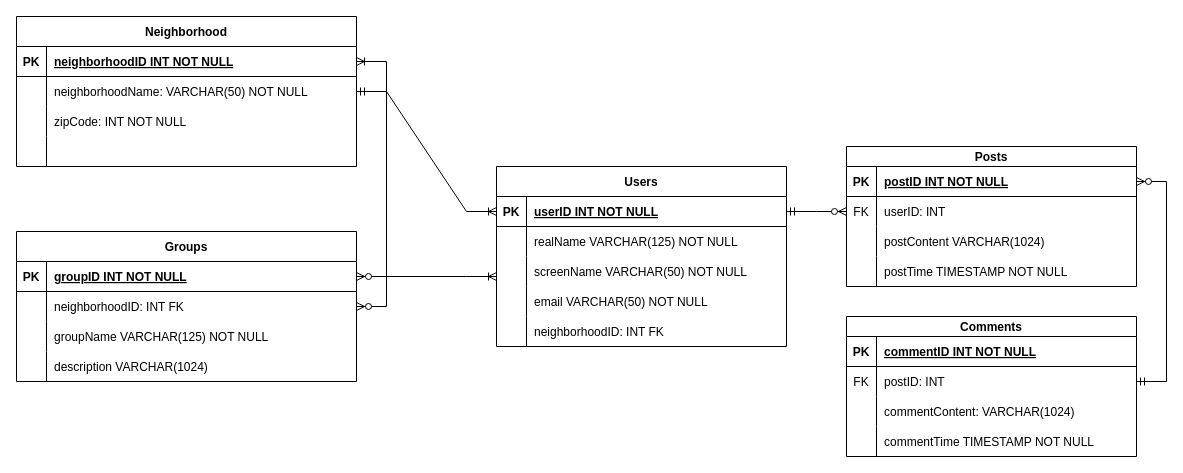
jdstrongpdx/Data-Dragons keeps this draw.io diagram as page "Mike Neighborhoods" (4 of 4) of UML.drawio. Above is the earlier version. Source tidied: cells renumbered, new cells numbered last; positions are measured from the earlier drawing's top-left corner, leaving out a move shared by most shapes. Both pictures are drawn from the tidied source at 100%, with x=0, y=0 at pixel (16, 16).
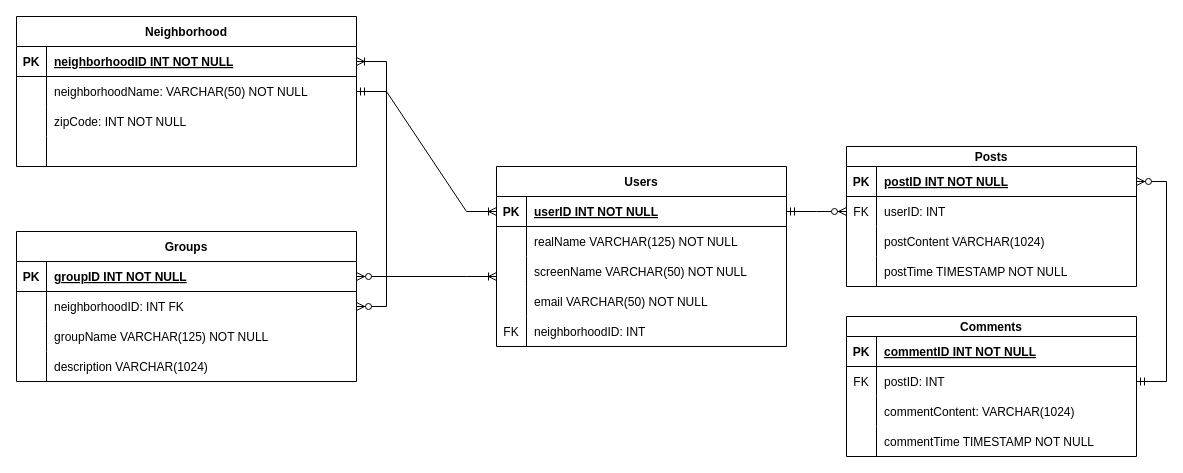
The same page after the edit.

The change refers to these unchanged cells:
```xml
<mxCell id="15" style="shape=partialRectangle;fillColor=none;top=0;left=0;right=0;bottom=0;" parent="2" vertex="1">
  <mxGeometry y="150" width="290" height="30" as="geometry" />
</mxCell>
```

Change to the diagram source:
```diff
@@
-    <mxCell id="16" style="shape=partialRectangle;overflow=hidden;fillColor=none;top=0;left=0;bottom=0;right=0;" parent="15" vertex="1">
+    <mxCell id="16" value="FK" style="shape=partialRectangle;overflow=hidden;fillColor=none;top=0;left=0;bottom=0;right=0;" parent="15" vertex="1">
       <mxGeometry width="30" height="30" as="geometry" />
     </mxCell>
-    <mxCell id="17" value="neighborhoodID: INT FK" style="shape=partialRectangle;overflow=hidden;fillColor=none;top=0;left=0;bottom=0;right=0;align=left;spacingLeft=6;" parent="15" vertex="1">
+    <mxCell id="17" value="neighborhoodID: INT " style="shape=partialRectangle;overflow=hidden;fillColor=none;top=0;left=0;bottom=0;right=0;align=left;spacingLeft=6;" parent="15" vertex="1">
       <mxGeometry x="30" width="260" height="30" as="geometry" />
     </mxCell>
```
